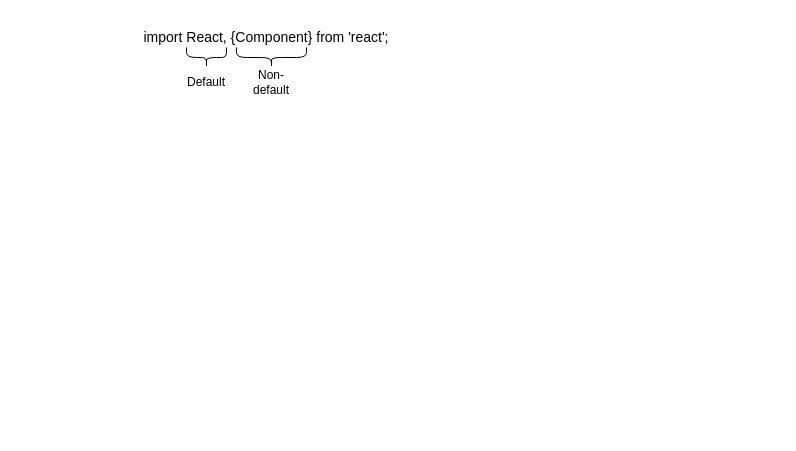
Before: page "Page-2" (2 of 2) of 88-Diagrams/OSI_Layers.drawio in kristelcaisip/UsefulProgrammingThings, a draw.io diagram. Source tidied: cells renumbered, new cells numbered last; positions are measured from the earlier drawing's top-left corner, leaving out a move shared by most shapes. Both pictures are drawn from the tidied source at 100%, with x=0, y=0 at pixel (126, 17).
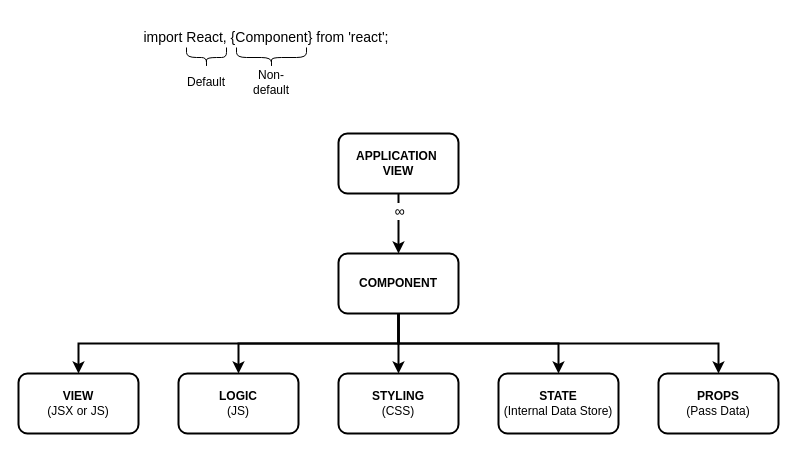
Above is the later version.

Change to the diagram source:
```diff
@@
+    <mxCell id="7" style="edgeStyle=orthogonalEdgeStyle;rounded=0;jettySize=auto;html=1;exitX=0.5;exitY=1;exitDx=0;exitDy=0;entryX=0.5;entryY=0;entryDx=0;entryDy=0;strokeWidth=2;" parent="1" edge="1" source="9" target="15">
+      <mxGeometry relative="1" as="geometry" />
+    </mxCell>
+    <mxCell id="8" value="∞" style="edgeLabel;html=1;align=center;verticalAlign=middle;fontSize=14;" parent="7" vertex="1">
+      <mxGeometry x="-0.43" relative="1" as="geometry" />
+    </mxCell>
+    <mxCell id="9" value="APPLICATION&amp;nbsp;&lt;br&gt;VIEW" style="rounded=1;whiteSpace=wrap;html=1;strokeWidth=2;fontStyle=1;" parent="1" vertex="1">
+      <mxGeometry x="212" y="116" width="120" height="60" as="geometry" />
+    </mxCell>
+    <mxCell id="10" style="edgeStyle=orthogonalEdgeStyle;rounded=0;jettySize=auto;html=1;exitX=0.5;exitY=1;exitDx=0;exitDy=0;entryX=0.5;entryY=0;entryDx=0;entryDy=0;strokeWidth=2;fontSize=14;" parent="1" edge="1" source="15" target="16">
+      <mxGeometry relative="1" as="geometry" />
+    </mxCell>
+    <mxCell id="11" style="edgeStyle=orthogonalEdgeStyle;rounded=0;jettySize=auto;html=1;exitX=0.5;exitY=1;exitDx=0;exitDy=0;entryX=0.5;entryY=0;entryDx=0;entryDy=0;strokeWidth=2;fontSize=14;" parent="1" edge="1" source="15" target="17">
+      <mxGeometry relative="1" as="geometry" />
+    </mxCell>
+    <mxCell id="12" style="edgeStyle=orthogonalEdgeStyle;rounded=0;jettySize=auto;html=1;exitX=0.5;exitY=1;exitDx=0;exitDy=0;entryX=0.5;entryY=0;entryDx=0;entryDy=0;strokeWidth=2;fontSize=14;" parent="1" edge="1" source="15" target="18">
+      <mxGeometry relative="1" as="geometry" />
+    </mxCell>
+    <mxCell id="13" style="edgeStyle=orthogonalEdgeStyle;rounded=0;jettySize=auto;html=1;exitX=0.5;exitY=1;exitDx=0;exitDy=0;entryX=0.5;entryY=0;entryDx=0;entryDy=0;strokeWidth=2;fontSize=14;" parent="1" edge="1" source="15" target="19">
+      <mxGeometry relative="1" as="geometry" />
+    </mxCell>
+    <mxCell id="14" style="edgeStyle=orthogonalEdgeStyle;rounded=0;jettySize=auto;html=1;exitX=0.5;exitY=1;exitDx=0;exitDy=0;entryX=0.5;entryY=0;entryDx=0;entryDy=0;strokeWidth=2;fontSize=14;" parent="1" edge="1" source="15" target="20">
+      <mxGeometry relative="1" as="geometry" />
+    </mxCell>
+    <mxCell id="15" value="&lt;b&gt;COMPONENT&lt;/b&gt;" style="rounded=1;whiteSpace=wrap;html=1;strokeWidth=2;" parent="1" vertex="1">
+      <mxGeometry x="212" y="236" width="120" height="60" as="geometry" />
+    </mxCell>
+    <mxCell id="16" value="&lt;b&gt;STYLING&lt;/b&gt;&lt;br&gt;(CSS)" style="rounded=1;whiteSpace=wrap;html=1;strokeWidth=2;" parent="1" vertex="1">
+      <mxGeometry x="212" y="356" width="120" height="60" as="geometry" />
+    </mxCell>
+    <mxCell id="17" value="&lt;b&gt;LOGIC&lt;/b&gt;&lt;br&gt;(JS)" style="rounded=1;whiteSpace=wrap;html=1;strokeWidth=2;" parent="1" vertex="1">
+      <mxGeometry x="52" y="356" width="120" height="60" as="geometry" />
+    </mxCell>
+    <mxCell id="18" value="&lt;b&gt;VIEW&lt;/b&gt;&lt;br&gt;(JSX or JS)" style="rounded=1;whiteSpace=wrap;html=1;strokeWidth=2;" parent="1" vertex="1">
+      <mxGeometry x="-108" y="356" width="120" height="60" as="geometry" />
+    </mxCell>
+    <mxCell id="19" value="&lt;b&gt;STATE&lt;/b&gt;&lt;br&gt;(Internal Data Store)" style="rounded=1;whiteSpace=wrap;html=1;strokeWidth=2;" parent="1" vertex="1">
+      <mxGeometry x="372" y="356" width="120" height="60" as="geometry" />
+    </mxCell>
+    <mxCell id="20" value="&lt;b&gt;PROPS&lt;/b&gt;&lt;br&gt;(Pass Data)" style="rounded=1;whiteSpace=wrap;html=1;strokeWidth=2;" parent="1" vertex="1">
+      <mxGeometry x="532" y="356" width="120" height="60" as="geometry" />
+    </mxCell>
```
